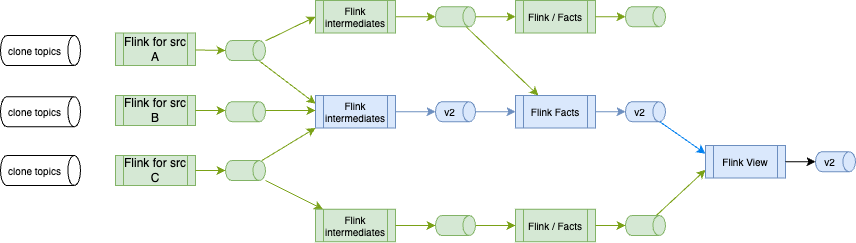
Earlier version of the draw.io export docs/images/bg_2_3.drawio.png (jbcodeforce/shift_left_utils). Source tidied: cells renumbered, new cells last; positions are measured from the earlier drawing's top-left corner, leaving out a move shared by most shapes.
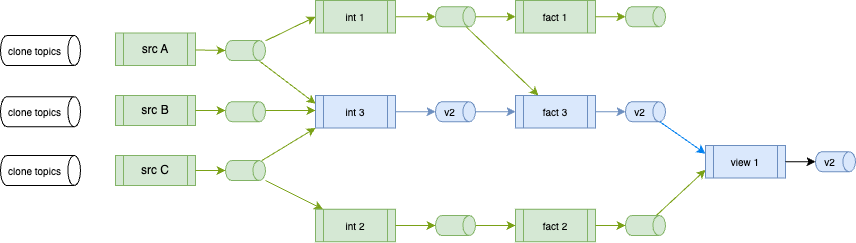
Above is the later version.

What changed in the source:
```diff
@@ -2,7 +2,7 @@
   <root>
     <mxCell id="0" />
     <mxCell id="1" parent="0" />
-    <mxCell id="2" value="Flink intermediates" style="shape=process;whiteSpace=wrap;html=1;backgroundOutline=1;fillColor=#dae8fc;strokeColor=#6c8ebf;fontSize=10;" parent="1" vertex="1">
+    <mxCell id="2" value="int 3" style="shape=process;whiteSpace=wrap;html=1;backgroundOutline=1;fillColor=#dae8fc;strokeColor=#6c8ebf;fontSize=10;" parent="1" vertex="1">
       <mxGeometry x="290" y="99" width="80" height="32.5" as="geometry" />
     </mxCell>
     <mxCell id="3" style="edgeStyle=none;html=1;entryX=0;entryY=1;entryDx=0;entryDy=0;strokeColor=#7AA116;" parent="1" edge="1" source="5" target="2">
@@ -14,16 +14,16 @@
     <mxCell id="5" style="shape=cylinder3;whiteSpace=wrap;html=1;boundedLbl=1;backgroundOutline=1;size=6.3255615234375;rotation=90;fillColor=#d5e8d4;strokeColor=#82b366;" parent="1" vertex="1">
       <mxGeometry x="210" y="154" width="20" height="40" as="geometry" />
     </mxCell>
-    <mxCell id="6" value="Flink for src A" style="shape=process;whiteSpace=wrap;html=1;backgroundOutline=1;fillColor=#d5e8d4;strokeColor=#82b366;" parent="1" vertex="1">
+    <mxCell id="6" value="src A" style="shape=process;whiteSpace=wrap;html=1;backgroundOutline=1;fillColor=#d5e8d4;strokeColor=#82b366;" parent="1" vertex="1">
       <mxGeometry x="90" y="36.5" width="80" height="32.5" as="geometry" />
     </mxCell>
-    <mxCell id="7" value="Flink for src B" style="shape=process;whiteSpace=wrap;html=1;backgroundOutline=1;fillColor=#d5e8d4;strokeColor=#82b366;" parent="1" vertex="1">
+    <mxCell id="7" value="src B" style="shape=process;whiteSpace=wrap;html=1;backgroundOutline=1;fillColor=#d5e8d4;strokeColor=#82b366;" parent="1" vertex="1">
       <mxGeometry x="90" y="99" width="80" height="30" as="geometry" />
     </mxCell>
-    <mxCell id="8" value="Flink / Facts" style="shape=process;whiteSpace=wrap;html=1;backgroundOutline=1;fillColor=#d5e8d4;strokeColor=#82b366;fontSize=10;" parent="1" vertex="1">
+    <mxCell id="8" value="fact 2" style="shape=process;whiteSpace=wrap;html=1;backgroundOutline=1;fillColor=#d5e8d4;strokeColor=#82b366;fontSize=10;" parent="1" vertex="1">
       <mxGeometry x="490" y="212.8" width="80" height="32.5" as="geometry" />
     </mxCell>
-    <mxCell id="9" value="Flink Facts" style="shape=process;whiteSpace=wrap;html=1;backgroundOutline=1;fillColor=#dae8fc;strokeColor=#6c8ebf;fontSize=10;" parent="1" vertex="1">
+    <mxCell id="9" value="fact 3" style="shape=process;whiteSpace=wrap;html=1;backgroundOutline=1;fillColor=#dae8fc;strokeColor=#6c8ebf;fontSize=10;" parent="1" vertex="1">
       <mxGeometry x="490" y="99" width="80" height="32.5" as="geometry" />
     </mxCell>
     <mxCell id="10" style="edgeStyle=none;html=1;strokeColor=#7AA116;" parent="1" edge="1" source="11" target="8">
@@ -50,7 +50,7 @@
     <mxCell id="16" style="edgeStyle=none;html=1;strokeColor=#7AA116;" parent="1" edge="1" source="17" target="24">
       <mxGeometry relative="1" as="geometry" />
     </mxCell>
-    <mxCell id="17" value="Flink intermediates" style="shape=process;whiteSpace=wrap;html=1;backgroundOutline=1;fillColor=#d5e8d4;strokeColor=#82b366;fontSize=10;" parent="1" vertex="1">
+    <mxCell id="17" value="int 1" style="shape=process;whiteSpace=wrap;html=1;backgroundOutline=1;fillColor=#d5e8d4;strokeColor=#82b366;fontSize=10;" parent="1" vertex="1">
       <mxGeometry x="290" y="4" width="80" height="32.5" as="geometry" />
     </mxCell>
     <mxCell id="18" style="edgeStyle=none;html=1;entryX=0;entryY=0.25;entryDx=0;entryDy=0;strokeColor=#7AA116;" parent="1" edge="1" source="20" target="2">
@@ -62,7 +62,7 @@
     <mxCell id="20" style="shape=cylinder3;whiteSpace=wrap;html=1;boundedLbl=1;backgroundOutline=1;size=6.3255615234375;rotation=90;fillColor=#d5e8d4;strokeColor=#82b366;" parent="1" vertex="1">
       <mxGeometry x="210" y="34" width="20" height="40" as="geometry" />
     </mxCell>
-    <mxCell id="21" value="Flink / Facts" style="shape=process;whiteSpace=wrap;html=1;backgroundOutline=1;fillColor=#d5e8d4;strokeColor=#82b366;fontSize=10;" parent="1" vertex="1">
+    <mxCell id="21" value="fact 1" style="shape=process;whiteSpace=wrap;html=1;backgroundOutline=1;fillColor=#d5e8d4;strokeColor=#82b366;fontSize=10;" parent="1" vertex="1">
       <mxGeometry x="490" y="4" width="80" height="32.5" as="geometry" />
     </mxCell>
     <mxCell id="22" style="edgeStyle=none;html=1;strokeColor=#7AA116;" parent="1" edge="1" source="24" target="9">
@@ -77,7 +77,7 @@
     <mxCell id="25" style="shape=cylinder3;whiteSpace=wrap;html=1;boundedLbl=1;backgroundOutline=1;size=6.3255615234375;rotation=90;fillColor=#d5e8d4;strokeColor=#82b366;" parent="1" vertex="1">
       <mxGeometry x="610" y="0.2" width="20" height="40" as="geometry" />
     </mxCell>
-    <mxCell id="26" value="Flink for src C" style="shape=process;whiteSpace=wrap;html=1;backgroundOutline=1;fillColor=#d5e8d4;strokeColor=#82b366;" parent="1" vertex="1">
+    <mxCell id="26" value="src C" style="shape=process;whiteSpace=wrap;html=1;backgroundOutline=1;fillColor=#d5e8d4;strokeColor=#82b366;" parent="1" vertex="1">
       <mxGeometry x="90" y="159" width="80" height="30" as="geometry" />
     </mxCell>
     <mxCell id="27" style="edgeStyle=none;html=1;entryX=0.5;entryY=1;entryDx=0;entryDy=0;entryPerimeter=0;fillColor=#dae8fc;strokeColor=#7AA116;" parent="1" edge="1" source="7">
@@ -115,7 +115,7 @@
     <mxCell id="37" style="edgeStyle=none;html=1;entryX=0.5;entryY=1;entryDx=0;entryDy=0;entryPerimeter=0;strokeColor=#7AA116;" parent="1" edge="1" source="21" target="25">
       <mxGeometry relative="1" as="geometry" />
     </mxCell>
-    <mxCell id="38" value="Flink intermediates" style="shape=process;whiteSpace=wrap;html=1;backgroundOutline=1;fillColor=#d5e8d4;strokeColor=#82b366;fontSize=10;" parent="1" vertex="1">
+    <mxCell id="38" value="int 2" style="shape=process;whiteSpace=wrap;html=1;backgroundOutline=1;fillColor=#d5e8d4;strokeColor=#82b366;fontSize=10;" parent="1" vertex="1">
       <mxGeometry x="290" y="212.8" width="80" height="32.5" as="geometry" />
     </mxCell>
     <mxCell id="39" style="edgeStyle=none;html=1;entryX=0.5;entryY=1;entryDx=0;entryDy=0;entryPerimeter=0;strokeColor=#7AA116;" parent="1" edge="1" source="38" target="11">
@@ -127,7 +127,7 @@
     <mxCell id="41" style="shape=cylinder3;whiteSpace=wrap;html=1;boundedLbl=1;backgroundOutline=1;size=6.3255615234375;rotation=90;fillColor=#d5e8d4;strokeColor=#82b366;" parent="1" vertex="1">
       <mxGeometry x="210" y="95.2" width="20" height="40" as="geometry" />
     </mxCell>
-    <mxCell id="42" value="Flink View" style="shape=process;whiteSpace=wrap;html=1;backgroundOutline=1;fillColor=#dae8fc;strokeColor=#6c8ebf;fontSize=10;" parent="1" vertex="1">
+    <mxCell id="42" value="view 1" style="shape=process;whiteSpace=wrap;html=1;backgroundOutline=1;fillColor=#dae8fc;strokeColor=#6c8ebf;fontSize=10;" parent="1" vertex="1">
       <mxGeometry x="680" y="149" width="80" height="32.5" as="geometry" />
     </mxCell>
     <mxCell id="43" style="edgeStyle=none;html=1;entryX=0;entryY=0.25;entryDx=0;entryDy=0;strokeColor=#0080F0;" parent="1" edge="1" source="14" target="42">
```
